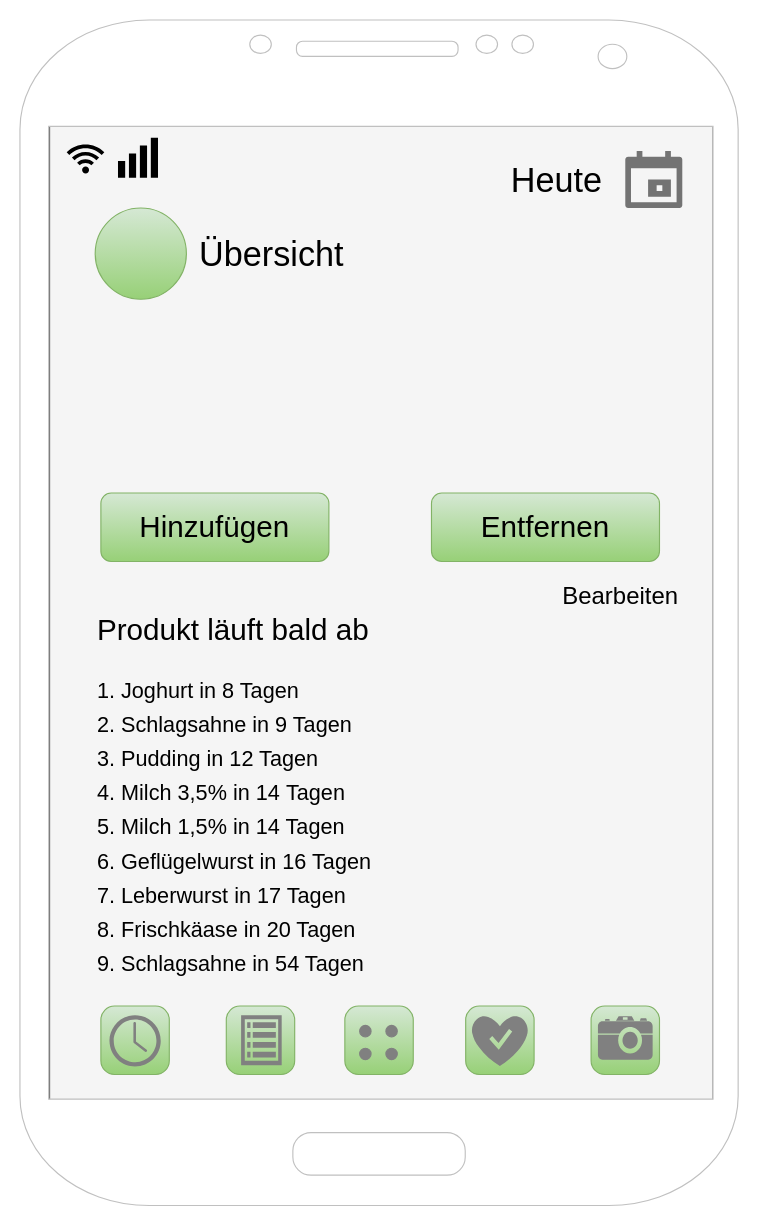
woodytb/AppDesignDVD keeps this draw.io diagram as page "Startbildschirm" (1 of 3) of Fridgy.drawio. Above is the earlier version. Source tidied: cells renumbered, new cells numbered last; positions are measured from the earlier drawing's top-left corner, leaving out a move shared by most shapes. Both pictures are drawn from the tidied source at 114%, with x=0, y=0 at pixel (19, 19).
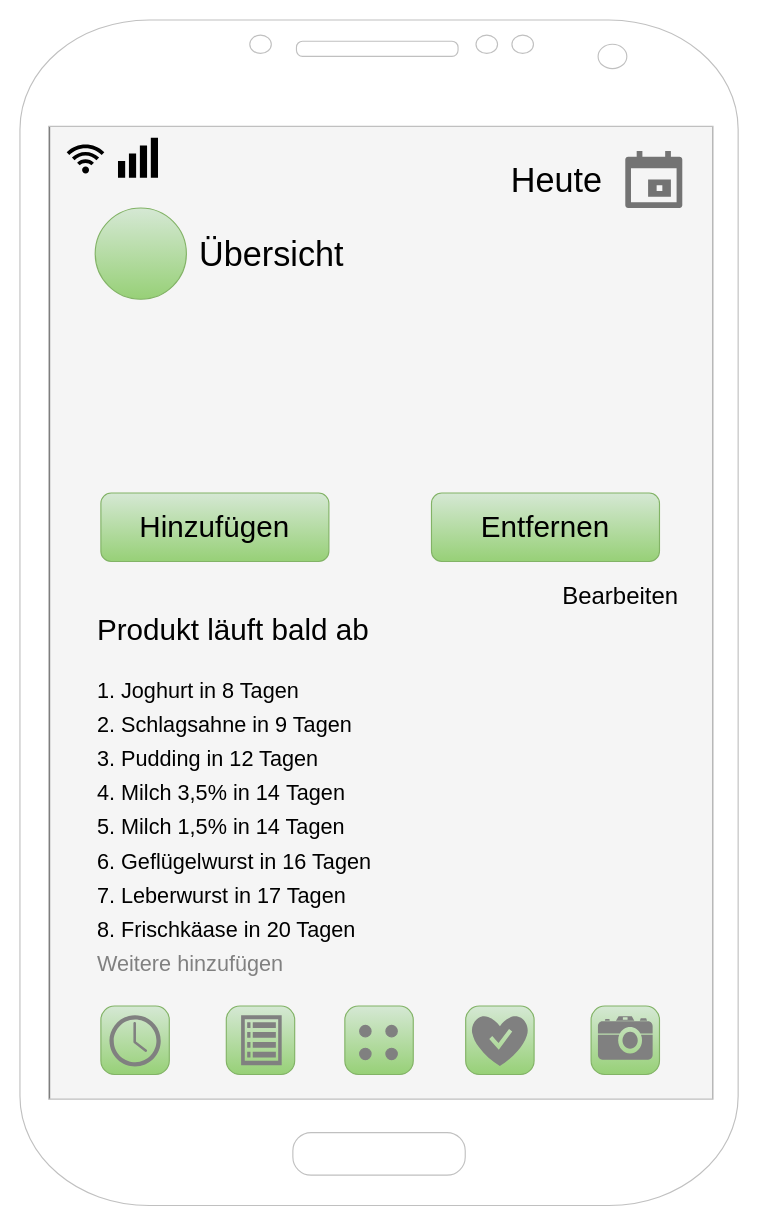
The same page after the edit.

What changed in the source:
```diff
@@
-    <mxCell id="37" value="&lt;font style=&quot;color: rgb(0, 0, 0); font-size: 19px;&quot;&gt;9. Schlagsahne in 54 Tagen&lt;/font&gt;" style="text;html=1;align=left;verticalAlign=middle;whiteSpace=wrap;rounded=0;" parent="1" vertex="1">
+    <mxCell id="37" value="&lt;font style=&quot;font-size: 19px; color: rgb(128, 128, 128);&quot;&gt;Weitere hinzufügen&lt;/font&gt;" style="text;html=1;align=left;verticalAlign=middle;whiteSpace=wrap;rounded=0;" parent="1" vertex="1">
       <mxGeometry x="66" y="814" width="426" height="30" as="geometry" />
     </mxCell>
```
